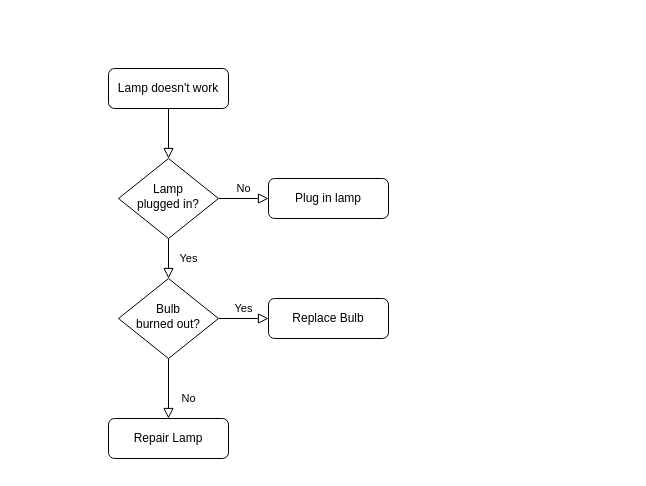
Before: learn-custom-components/public/未命名绘图.drawio in RobotSong/learn-javascript, a draw.io diagram. Source tidied: cells renumbered, new cells numbered last; positions are measured from the earlier drawing's top-left corner, leaving out a move shared by most shapes. Both pictures are drawn from the tidied source at 100%, with x=0, y=0 at pixel (108, 68).
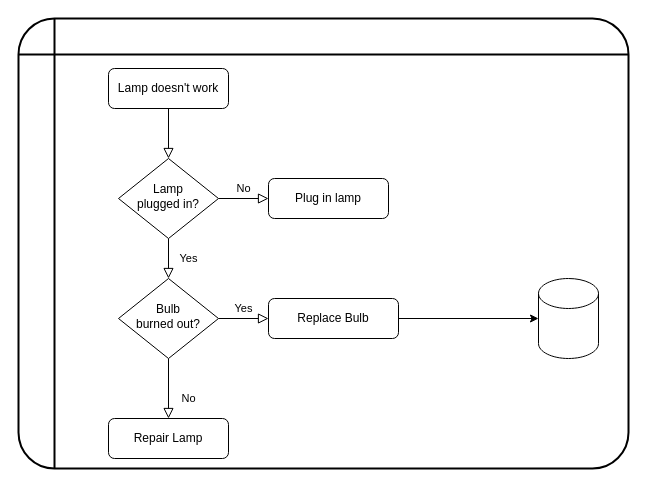
The same page after the edit.

Diff of the diagram source:
```diff
@@
 <mxGraphModel>
   <root>
     <mxCell id="0" />
     <mxCell id="1" parent="0" />
+    <mxCell id="13" style="shape=internalStorage;whiteSpace=wrap;html=1;dx=15;dy=15;rounded=1;arcSize=8;strokeWidth=2;" parent="1" vertex="1">
+      <mxGeometry x="-90" y="-50" width="610" height="450" as="geometry" />
+    </mxCell>
     <mxCell id="2" style="rounded=0;html=1;jettySize=auto;fontSize=11;endArrow=block;endFill=0;endSize=8;strokeWidth=1;shadow=0;labelBackgroundColor=none;edgeStyle=orthogonalEdgeStyle;" parent="1" edge="1" source="3" target="6">
       <mxGeometry relative="1" as="geometry" />
     </mxCell>
     <mxCell id="3" value="Lamp doesn't work" style="rounded=1;whiteSpace=wrap;html=1;fontSize=12;glass=0;strokeWidth=1;shadow=0;" parent="1" vertex="1">
       <mxGeometry width="120" height="40" as="geometry" />
     </mxCell>
     <mxCell id="4" value="Yes" style="rounded=0;html=1;jettySize=auto;fontSize=11;endArrow=block;endFill=0;endSize=8;strokeWidth=1;shadow=0;labelBackgroundColor=none;edgeStyle=orthogonalEdgeStyle;" parent="1" edge="1" source="6" target="10">
       <mxGeometry y="20" relative="1" as="geometry" />
     </mxCell>
     <mxCell id="5" value="No" style="edgeStyle=orthogonalEdgeStyle;rounded=0;html=1;jettySize=auto;fontSize=11;endArrow=block;endFill=0;endSize=8;strokeWidth=1;shadow=0;labelBackgroundColor=none;" parent="1" edge="1" source="6" target="7">
       <mxGeometry y="10" relative="1" as="geometry" />
     </mxCell>
     <mxCell id="6" value="Lamp&lt;br&gt;plugged in?" style="rhombus;whiteSpace=wrap;html=1;shadow=0;fontFamily=Helvetica;fontSize=12;align=center;strokeWidth=1;spacing=6;spacingTop=-4;" parent="1" vertex="1">
       <mxGeometry x="10" y="90" width="100" height="80" as="geometry" />
     </mxCell>
     <mxCell id="7" value="Plug in lamp" style="rounded=1;whiteSpace=wrap;html=1;fontSize=12;glass=0;strokeWidth=1;shadow=0;" parent="1" vertex="1">
       <mxGeometry x="160" y="110" width="120" height="40" as="geometry" />
     </mxCell>
     <mxCell id="8" value="No" style="rounded=0;html=1;jettySize=auto;fontSize=11;endArrow=block;endFill=0;endSize=8;strokeWidth=1;shadow=0;labelBackgroundColor=none;edgeStyle=orthogonalEdgeStyle;" parent="1" edge="1" source="10" target="11">
       <mxGeometry x="0.33" y="20" relative="1" as="geometry" />
     </mxCell>
     <mxCell id="9" value="Yes" style="edgeStyle=orthogonalEdgeStyle;rounded=0;html=1;jettySize=auto;fontSize=11;endArrow=block;endFill=0;endSize=8;strokeWidth=1;shadow=0;labelBackgroundColor=none;" parent="1" edge="1" source="10" target="12">
       <mxGeometry y="10" relative="1" as="geometry" />
     </mxCell>
     <mxCell id="10" value="Bulb&lt;br&gt;burned out?" style="rhombus;whiteSpace=wrap;html=1;shadow=0;fontFamily=Helvetica;fontSize=12;align=center;strokeWidth=1;spacing=6;spacingTop=-4;" parent="1" vertex="1">
       <mxGeometry x="10" y="210" width="100" height="80" as="geometry" />
     </mxCell>
     <mxCell id="11" value="Repair Lamp" style="rounded=1;whiteSpace=wrap;html=1;fontSize=12;glass=0;strokeWidth=1;shadow=0;" parent="1" vertex="1">
       <mxGeometry y="350" width="120" height="40" as="geometry" />
     </mxCell>
+    <mxCell id="14" style="edgeStyle=orthogonalEdgeStyle;rounded=0;jettySize=auto;html=1;" parent="1" edge="1" source="12" target="15">
+      <mxGeometry relative="1" as="geometry" />
+    </mxCell>
     <mxCell id="12" value="Replace Bulb" style="rounded=1;whiteSpace=wrap;html=1;fontSize=12;glass=0;strokeWidth=1;shadow=0;" parent="1" vertex="1">
-      <mxGeometry x="160" y="230" width="120" height="40" as="geometry" />
+      <mxGeometry x="160" y="230" width="130" height="40" as="geometry" />
     </mxCell>
+    <mxCell id="15" style="shape=cylinder3;whiteSpace=wrap;html=1;boundedLbl=1;backgroundOutline=1;size=15;" parent="1" vertex="1">
+      <mxGeometry x="430" y="210" width="60" height="80" as="geometry" />
+    </mxCell>
   </root>
 </mxGraphModel>
```
